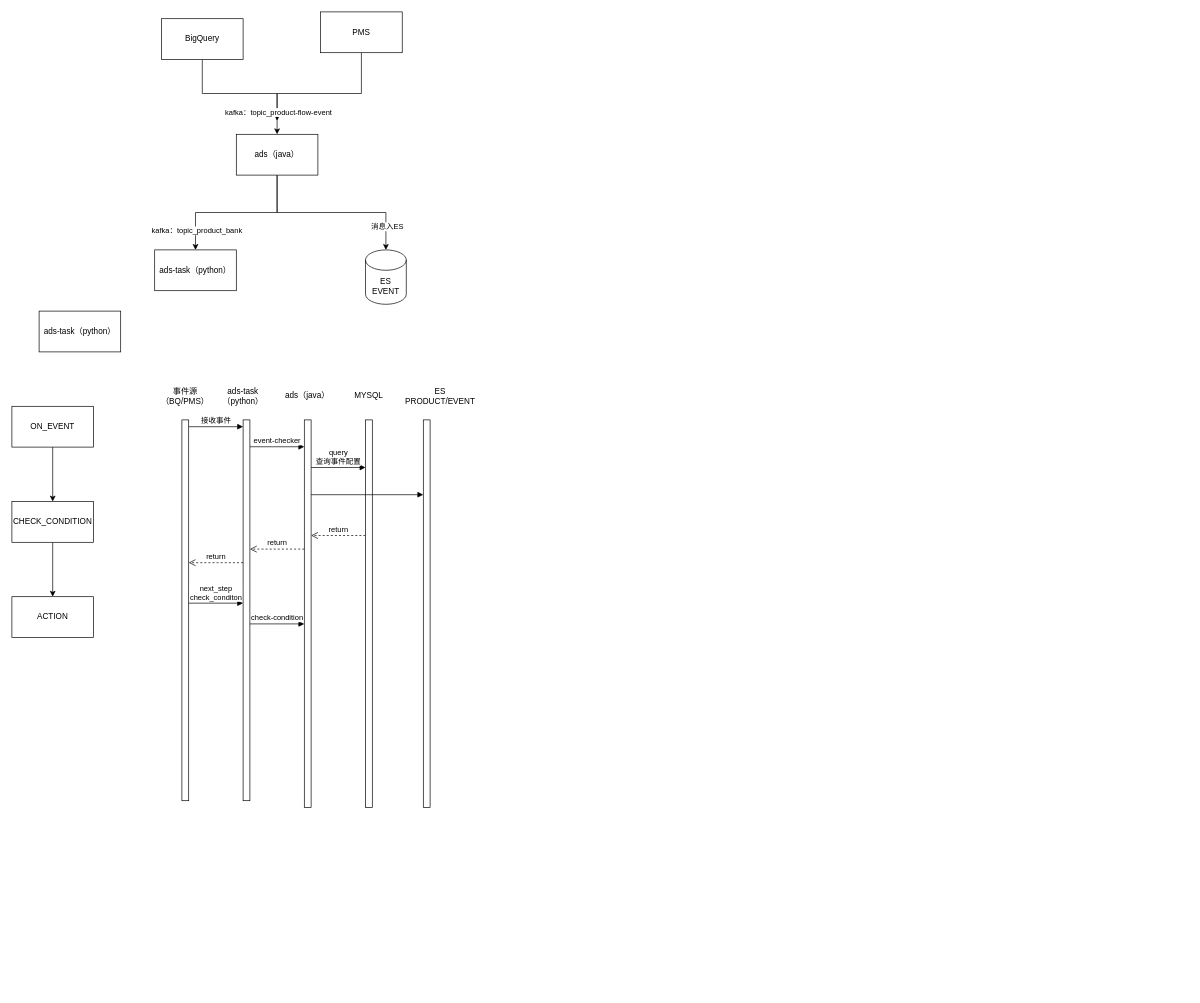
lianzhongfei/PicGO keeps this draw.io diagram as flowV2.drawio. Above is the earlier version. Source tidied: cells renumbered, new cells numbered last; positions are measured from the earlier drawing's top-left corner, leaving out a move shared by most shapes. Both pictures are drawn from the tidied source at 68%, with x=0, y=0 at pixel (12, 12).
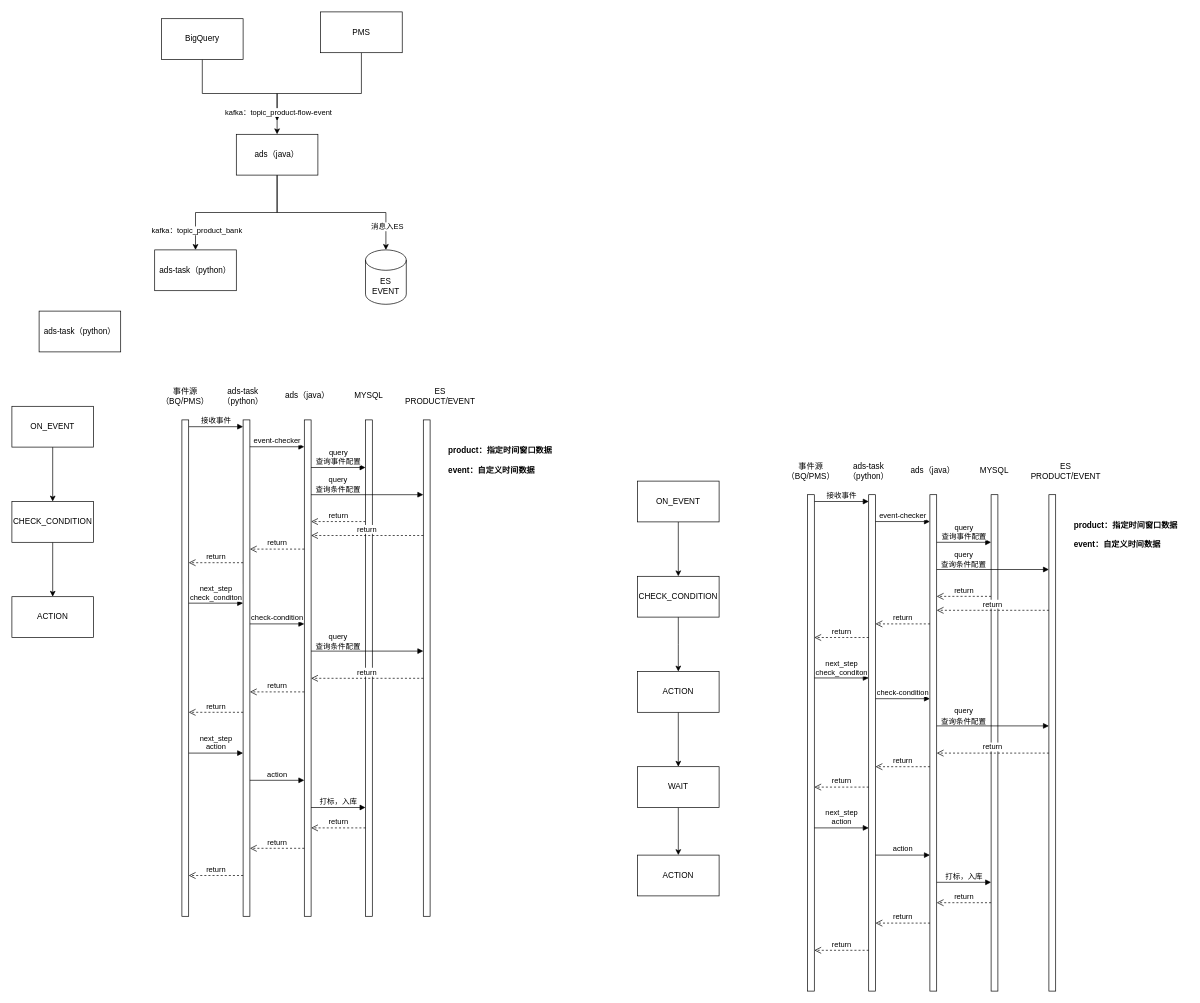
The same page after the edit.

The edit, as a diff of the source:
```diff
@@
     <mxCell id="15" style="html=1;points=[[0,0,0,0,5],[0,1,0,0,-5],[1,0,0,0,5],[1,1,0,0,-5]];perimeter=orthogonalPerimeter;outlineConnect=0;targetShapes=umlLifeline;portConstraint=eastwest;newEdgeStyle={&quot;curved&quot;:0,&quot;rounded&quot;:0};" parent="1" vertex="1">
-      <mxGeometry x="340" y="600" width="10" height="560" as="geometry" />
+      <mxGeometry x="340" y="600" width="10" height="730" as="geometry" />
     </mxCell>
@@
     <mxCell id="18" value="return" style="html=1;verticalAlign=bottom;endArrow=open;dashed=1;endSize=8;curved=0;rounded=0;" parent="1" edge="1">
       <mxGeometry relative="1" as="geometry">
-        <mxPoint x="520" y="770" as="sourcePoint" />
-        <mxPoint x="440" y="770" as="targetPoint" />
+        <mxPoint x="520" y="749.5" as="sourcePoint" />
+        <mxPoint x="440" y="749.5" as="targetPoint" />
       </mxGeometry>
     </mxCell>
@@
     <mxCell id="20" style="html=1;points=[[0,0,0,0,5],[0,1,0,0,-5],[1,0,0,0,5],[1,1,0,0,-5]];perimeter=orthogonalPerimeter;outlineConnect=0;targetShapes=umlLifeline;portConstraint=eastwest;newEdgeStyle={&quot;curved&quot;:0,&quot;rounded&quot;:0};" parent="1" vertex="1">
-      <mxGeometry x="430" y="600" width="10" height="570" as="geometry" />
+      <mxGeometry x="430" y="600" width="10" height="730" as="geometry" />
     </mxCell>
@@
     <mxCell id="22" style="html=1;perimeter=orthogonalPerimeter;targetShapes=umlLifeline;newEdgeStyle={&quot;curved&quot;:0,&quot;rounded&quot;:0};" parent="1" vertex="1">
-      <mxGeometry x="520" y="600" width="10" height="570" as="geometry" />
+      <mxGeometry x="520" y="600" width="10" height="730" as="geometry" />
     </mxCell>
@@
     <mxCell id="24" style="html=1;perimeter=orthogonalPerimeter;targetShapes=umlLifeline;newEdgeStyle={&quot;curved&quot;:0,&quot;rounded&quot;:0};" parent="1" vertex="1">
-      <mxGeometry x="250" y="600" width="10" height="560" as="geometry" />
+      <mxGeometry x="250" y="600" width="10" height="730" as="geometry" />
     </mxCell>
@@
     <mxCell id="34" style="html=1;points=[[0,0,0,0,5],[0,1,0,0,-5],[1,0,0,0,5],[1,1,0,0,-5]];perimeter=orthogonalPerimeter;outlineConnect=0;targetShapes=umlLifeline;portConstraint=eastwest;newEdgeStyle={&quot;curved&quot;:0,&quot;rounded&quot;:0};" parent="1" vertex="1">
-      <mxGeometry x="605" y="600" width="10" height="570" as="geometry" />
+      <mxGeometry x="605" y="600" width="10" height="730" as="geometry" />
     </mxCell>
@@
+    <mxCell id="39" value="&lt;h1 style=&quot;margin-top: 0px;&quot;&gt;&lt;font style=&quot;font-size: 12px;&quot;&gt;product：指定时间窗口数据&lt;br&gt;event：自定义时间数据&lt;/font&gt;&lt;/h1&gt;" style="text;html=1;whiteSpace=wrap;overflow=hidden;rounded=0;" parent="1" vertex="1">
+      <mxGeometry x="640" y="620" width="170" height="80" as="geometry" />
+    </mxCell>
+    <mxCell id="40" value="&lt;span style=&quot;font-size: 11px; text-wrap-mode: nowrap; background-color: rgb(255, 255, 255);&quot;&gt;query&lt;/span&gt;&lt;br style=&quot;font-size: 11px; text-wrap-mode: nowrap;&quot;&gt;&lt;span style=&quot;font-size: 11px; text-wrap-mode: nowrap; background-color: rgb(255, 255, 255);&quot;&gt;查询条件配置&lt;/span&gt;" style="text;html=1;whiteSpace=wrap;strokeColor=none;fillColor=none;align=center;verticalAlign=middle;rounded=0;" parent="1" vertex="1">
+      <mxGeometry x="450" y="680" width="60" height="30" as="geometry" />
+    </mxCell>
+    <mxCell id="41" value="return" style="html=1;verticalAlign=bottom;endArrow=open;dashed=1;endSize=8;curved=0;rounded=0;" parent="1" edge="1" target="20">
+      <mxGeometry relative="1" as="geometry">
+        <mxPoint x="605" y="770" as="sourcePoint" />
+      </mxGeometry>
+    </mxCell>
+    <mxCell id="42" style="html=1;verticalAlign=bottom;endArrow=block;curved=0;rounded=0;" parent="1" edge="1">
+      <mxGeometry relative="1" as="geometry">
+        <mxPoint x="440" y="940" as="sourcePoint" />
+        <mxPoint x="605" y="940" as="targetPoint" />
+      </mxGeometry>
+    </mxCell>
+    <mxCell id="43" value="&lt;span style=&quot;font-size: 11px; text-wrap-mode: nowrap; background-color: rgb(255, 255, 255);&quot;&gt;query&lt;/span&gt;&lt;br style=&quot;font-size: 11px; text-wrap-mode: nowrap;&quot;&gt;&lt;span style=&quot;font-size: 11px; text-wrap-mode: nowrap; background-color: rgb(255, 255, 255);&quot;&gt;查询条件配置&lt;/span&gt;" style="text;html=1;whiteSpace=wrap;strokeColor=none;fillColor=none;align=center;verticalAlign=middle;rounded=0;" parent="1" vertex="1">
+      <mxGeometry x="450" y="910" width="60" height="30" as="geometry" />
+    </mxCell>
+    <mxCell id="44" value="return" style="html=1;verticalAlign=bottom;endArrow=open;dashed=1;endSize=8;curved=0;rounded=0;" parent="1" edge="1">
+      <mxGeometry relative="1" as="geometry">
+        <mxPoint x="605" y="980" as="sourcePoint" />
+        <mxPoint x="440" y="980" as="targetPoint" />
+      </mxGeometry>
+    </mxCell>
+    <mxCell id="45" value="return" style="html=1;verticalAlign=bottom;endArrow=open;dashed=1;endSize=8;curved=0;rounded=0;" parent="1" edge="1">
+      <mxGeometry relative="1" as="geometry">
+        <mxPoint x="430" y="1000" as="sourcePoint" />
+        <mxPoint x="350" y="1000" as="targetPoint" />
+      </mxGeometry>
+    </mxCell>
+    <mxCell id="46" value="return" style="html=1;verticalAlign=bottom;endArrow=open;dashed=1;endSize=8;curved=0;rounded=0;" parent="1" edge="1">
+      <mxGeometry relative="1" as="geometry">
+        <mxPoint x="340" y="1030" as="sourcePoint" />
+        <mxPoint x="260" y="1030" as="targetPoint" />
+      </mxGeometry>
+    </mxCell>
+    <mxCell id="47" value="next_step&lt;br&gt;action" style="html=1;verticalAlign=bottom;endArrow=block;curved=0;rounded=0;" parent="1" edge="1">
+      <mxGeometry relative="1" as="geometry">
+        <mxPoint x="260" y="1090" as="sourcePoint" />
+        <mxPoint x="340" y="1090" as="targetPoint" />
+      </mxGeometry>
+    </mxCell>
+    <mxCell id="48" value="action" style="html=1;verticalAlign=bottom;endArrow=block;curved=0;rounded=0;" parent="1" edge="1">
+      <mxGeometry relative="1" as="geometry">
+        <mxPoint x="350" y="1130" as="sourcePoint" />
+        <mxPoint x="430" y="1130" as="targetPoint" />
+      </mxGeometry>
+    </mxCell>
+    <mxCell id="49" value="打标，入库" style="html=1;verticalAlign=bottom;endArrow=block;curved=0;rounded=0;" parent="1" edge="1">
+      <mxGeometry relative="1" as="geometry">
+        <mxPoint x="440" y="1170" as="sourcePoint" />
+        <mxPoint x="520" y="1170" as="targetPoint" />
+      </mxGeometry>
+    </mxCell>
+    <mxCell id="50" value="return" style="html=1;verticalAlign=bottom;endArrow=open;dashed=1;endSize=8;curved=0;rounded=0;" parent="1" edge="1">
+      <mxGeometry relative="1" as="geometry">
+        <mxPoint x="520" y="1200" as="sourcePoint" />
+        <mxPoint x="440" y="1200" as="targetPoint" />
+      </mxGeometry>
+    </mxCell>
+    <mxCell id="51" value="return" style="html=1;verticalAlign=bottom;endArrow=open;dashed=1;endSize=8;curved=0;rounded=0;" parent="1" edge="1">
+      <mxGeometry relative="1" as="geometry">
+        <mxPoint x="430" y="1230" as="sourcePoint" />
+        <mxPoint x="350" y="1230" as="targetPoint" />
+      </mxGeometry>
+    </mxCell>
+    <mxCell id="52" value="return" style="html=1;verticalAlign=bottom;endArrow=open;dashed=1;endSize=8;curved=0;rounded=0;" parent="1" edge="1">
+      <mxGeometry relative="1" as="geometry">
+        <mxPoint x="340" y="1270" as="sourcePoint" />
+        <mxPoint x="260" y="1270" as="targetPoint" />
+      </mxGeometry>
+    </mxCell>
+    <mxCell id="53" style="html=1;points=[[0,0,0,0,5],[0,1,0,0,-5],[1,0,0,0,5],[1,1,0,0,-5]];perimeter=orthogonalPerimeter;outlineConnect=0;targetShapes=umlLifeline;portConstraint=eastwest;newEdgeStyle={&quot;curved&quot;:0,&quot;rounded&quot;:0};" parent="1" vertex="1">
+      <mxGeometry x="1260" y="710" width="10" height="730" as="geometry" />
+    </mxCell>
+    <mxCell id="54" value="接收事件" style="html=1;verticalAlign=bottom;endArrow=block;curved=0;rounded=0;" parent="1" edge="1" target="53">
+      <mxGeometry relative="1" as="geometry">
+        <mxPoint x="1180" y="720" as="sourcePoint" />
+      </mxGeometry>
+    </mxCell>
+    <mxCell id="55" value="ads-task（python）" style="text;html=1;whiteSpace=wrap;strokeColor=none;fillColor=none;align=center;verticalAlign=middle;rounded=0;" parent="1" vertex="1">
+      <mxGeometry x="1230" y="660" width="60" height="30" as="geometry" />
+    </mxCell>
+    <mxCell id="56" value="return" style="html=1;verticalAlign=bottom;endArrow=open;dashed=1;endSize=8;curved=0;rounded=0;" parent="1" edge="1">
+      <mxGeometry relative="1" as="geometry">
+        <mxPoint x="1440" y="859.5" as="sourcePoint" />
+        <mxPoint x="1360" y="859.5" as="targetPoint" />
+      </mxGeometry>
+    </mxCell>
+    <mxCell id="57" value="event-checker" style="html=1;verticalAlign=bottom;endArrow=block;curved=0;rounded=0;" parent="1" edge="1">
+      <mxGeometry relative="1" as="geometry">
+        <mxPoint x="1270" y="749.5" as="sourcePoint" />
+        <mxPoint x="1350" y="749.5" as="targetPoint" />
+      </mxGeometry>
+    </mxCell>
+    <mxCell id="58" style="html=1;points=[[0,0,0,0,5],[0,1,0,0,-5],[1,0,0,0,5],[1,1,0,0,-5]];perimeter=orthogonalPerimeter;outlineConnect=0;targetShapes=umlLifeline;portConstraint=eastwest;newEdgeStyle={&quot;curved&quot;:0,&quot;rounded&quot;:0};" parent="1" vertex="1">
+      <mxGeometry x="1350" y="710" width="10" height="730" as="geometry" />
+    </mxCell>
+    <mxCell id="59" value="&lt;span style=&quot;text-align: center;&quot;&gt;ads（java）&lt;/span&gt;" style="text;whiteSpace=wrap;html=1;" parent="1" vertex="1">
+      <mxGeometry x="1320" y="660" width="80" height="30" as="geometry" />
+    </mxCell>
+    <mxCell id="60" style="html=1;perimeter=orthogonalPerimeter;targetShapes=umlLifeline;newEdgeStyle={&quot;curved&quot;:0,&quot;rounded&quot;:0};" parent="1" vertex="1">
+      <mxGeometry x="1440" y="710" width="10" height="730" as="geometry" />
+    </mxCell>
+    <mxCell id="61" value="query&lt;br&gt;查询事件配置" style="html=1;verticalAlign=bottom;endArrow=block;curved=0;rounded=0;" parent="1" edge="1">
+      <mxGeometry relative="1" as="geometry">
+        <mxPoint x="1360" y="780" as="sourcePoint" />
+        <mxPoint x="1440" y="780" as="targetPoint" />
+      </mxGeometry>
+    </mxCell>
+    <mxCell id="62" style="html=1;perimeter=orthogonalPerimeter;targetShapes=umlLifeline;newEdgeStyle={&quot;curved&quot;:0,&quot;rounded&quot;:0};" parent="1" vertex="1">
+      <mxGeometry x="1170" y="710" width="10" height="730" as="geometry" />
+    </mxCell>
+    <mxCell id="63" value="事件源（BQ/PMS）" style="text;html=1;whiteSpace=wrap;strokeColor=none;fillColor=none;align=center;verticalAlign=middle;rounded=0;" parent="1" vertex="1">
+      <mxGeometry x="1145" y="660" width="60" height="30" as="geometry" />
+    </mxCell>
+    <mxCell id="64" value="MYSQL" style="text;html=1;whiteSpace=wrap;strokeColor=none;fillColor=none;align=center;verticalAlign=middle;rounded=0;" parent="1" vertex="1">
+      <mxGeometry x="1415" y="660" width="60" height="30" as="geometry" />
+    </mxCell>
+    <mxCell id="65" value="return" style="html=1;verticalAlign=bottom;endArrow=open;dashed=1;endSize=8;curved=0;rounded=0;" parent="1" edge="1">
+      <mxGeometry relative="1" as="geometry">
+        <mxPoint x="1350" y="900" as="sourcePoint" />
+        <mxPoint x="1270" y="900" as="targetPoint" />
+      </mxGeometry>
+    </mxCell>
+    <mxCell id="66" value="return" style="html=1;verticalAlign=bottom;endArrow=open;dashed=1;endSize=8;curved=0;rounded=0;" parent="1" edge="1">
+      <mxGeometry relative="1" as="geometry">
+        <mxPoint x="1260" y="920" as="sourcePoint" />
+        <mxPoint x="1180" y="920" as="targetPoint" />
+      </mxGeometry>
+    </mxCell>
+    <mxCell id="67" style="edgeStyle=orthogonalEdgeStyle;rounded=0;jettySize=auto;html=1;" parent="1" edge="1" source="68" target="70">
+      <mxGeometry relative="1" as="geometry" />
+    </mxCell>
+    <mxCell id="68" value="ON_EVENT" style="rounded=0;whiteSpace=wrap;html=1;" parent="1" vertex="1">
+      <mxGeometry x="920" y="690" width="120" height="60" as="geometry" />
+    </mxCell>
+    <mxCell id="69" style="edgeStyle=orthogonalEdgeStyle;rounded=0;jettySize=auto;html=1;" parent="1" edge="1" source="70">
+      <mxGeometry relative="1" as="geometry">
+        <mxPoint x="980" y="970" as="targetPoint" />
+      </mxGeometry>
+    </mxCell>
+    <mxCell id="70" value="CHECK_CONDITION" style="rounded=0;whiteSpace=wrap;html=1;" parent="1" vertex="1">
+      <mxGeometry x="920" y="830" width="120" height="60" as="geometry" />
+    </mxCell>
+    <mxCell id="71" style="html=1;points=[[0,0,0,0,5],[0,1,0,0,-5],[1,0,0,0,5],[1,1,0,0,-5]];perimeter=orthogonalPerimeter;outlineConnect=0;targetShapes=umlLifeline;portConstraint=eastwest;newEdgeStyle={&quot;curved&quot;:0,&quot;rounded&quot;:0};" parent="1" vertex="1">
+      <mxGeometry x="1525" y="710" width="10" height="730" as="geometry" />
+    </mxCell>
+    <mxCell id="72" value="ES&lt;br&gt;PRODUCT/EVENT" style="text;html=1;whiteSpace=wrap;strokeColor=none;fillColor=none;align=center;verticalAlign=middle;rounded=0;" parent="1" vertex="1">
+      <mxGeometry x="1480" y="660" width="140" height="30" as="geometry" />
+    </mxCell>
+    <mxCell id="73" value="next_step&lt;br&gt;check_conditon" style="html=1;verticalAlign=bottom;endArrow=block;curved=0;rounded=0;" parent="1" edge="1">
+      <mxGeometry relative="1" as="geometry">
+        <mxPoint x="1180" y="979.5" as="sourcePoint" />
+        <mxPoint x="1260" y="979.5" as="targetPoint" />
+      </mxGeometry>
+    </mxCell>
+    <mxCell id="74" value="check-condition" style="html=1;verticalAlign=bottom;endArrow=block;curved=0;rounded=0;" parent="1" edge="1">
+      <mxGeometry relative="1" as="geometry">
+        <mxPoint x="1270" y="1010" as="sourcePoint" />
+        <mxPoint x="1350" y="1010" as="targetPoint" />
+      </mxGeometry>
+    </mxCell>
+    <mxCell id="75" style="html=1;verticalAlign=bottom;endArrow=block;curved=0;rounded=0;" parent="1" edge="1" target="71">
+      <mxGeometry relative="1" as="geometry">
+        <mxPoint x="1360" y="820" as="sourcePoint" />
+      </mxGeometry>
+    </mxCell>
+    <mxCell id="76" value="&lt;h1 style=&quot;margin-top: 0px;&quot;&gt;&lt;font style=&quot;font-size: 12px;&quot;&gt;product：指定时间窗口数据&lt;br&gt;event：自定义时间数据&lt;/font&gt;&lt;/h1&gt;" style="text;html=1;whiteSpace=wrap;overflow=hidden;rounded=0;" parent="1" vertex="1">
+      <mxGeometry x="1560" y="730" width="170" height="80" as="geometry" />
+    </mxCell>
+    <mxCell id="77" value="&lt;span style=&quot;font-size: 11px; text-wrap-mode: nowrap; background-color: rgb(255, 255, 255);&quot;&gt;query&lt;/span&gt;&lt;br style=&quot;font-size: 11px; text-wrap-mode: nowrap;&quot;&gt;&lt;span style=&quot;font-size: 11px; text-wrap-mode: nowrap; background-color: rgb(255, 255, 255);&quot;&gt;查询条件配置&lt;/span&gt;" style="text;html=1;whiteSpace=wrap;strokeColor=none;fillColor=none;align=center;verticalAlign=middle;rounded=0;" parent="1" vertex="1">
+      <mxGeometry x="1370" y="790" width="60" height="30" as="geometry" />
+    </mxCell>
+    <mxCell id="78" value="return" style="html=1;verticalAlign=bottom;endArrow=open;dashed=1;endSize=8;curved=0;rounded=0;" parent="1" edge="1" target="58">
+      <mxGeometry relative="1" as="geometry">
+        <mxPoint x="1525" y="880" as="sourcePoint" />
+      </mxGeometry>
+    </mxCell>
+    <mxCell id="79" style="html=1;verticalAlign=bottom;endArrow=block;curved=0;rounded=0;" parent="1" edge="1">
+      <mxGeometry relative="1" as="geometry">
+        <mxPoint x="1360" y="1050" as="sourcePoint" />
+        <mxPoint x="1525" y="1050" as="targetPoint" />
+      </mxGeometry>
+    </mxCell>
+    <mxCell id="80" value="&lt;span style=&quot;font-size: 11px; text-wrap-mode: nowrap; background-color: rgb(255, 255, 255);&quot;&gt;query&lt;/span&gt;&lt;br style=&quot;font-size: 11px; text-wrap-mode: nowrap;&quot;&gt;&lt;span style=&quot;font-size: 11px; text-wrap-mode: nowrap; background-color: rgb(255, 255, 255);&quot;&gt;查询条件配置&lt;/span&gt;" style="text;html=1;whiteSpace=wrap;strokeColor=none;fillColor=none;align=center;verticalAlign=middle;rounded=0;" parent="1" vertex="1">
+      <mxGeometry x="1370" y="1020" width="60" height="30" as="geometry" />
+    </mxCell>
+    <mxCell id="81" value="return" style="html=1;verticalAlign=bottom;endArrow=open;dashed=1;endSize=8;curved=0;rounded=0;" parent="1" edge="1">
+      <mxGeometry relative="1" as="geometry">
+        <mxPoint x="1525" y="1090" as="sourcePoint" />
+        <mxPoint x="1360" y="1090" as="targetPoint" />
+      </mxGeometry>
+    </mxCell>
+    <mxCell id="82" value="return" style="html=1;verticalAlign=bottom;endArrow=open;dashed=1;endSize=8;curved=0;rounded=0;" parent="1" edge="1">
+      <mxGeometry relative="1" as="geometry">
+        <mxPoint x="1350" y="1110" as="sourcePoint" />
+        <mxPoint x="1270" y="1110" as="targetPoint" />
+      </mxGeometry>
+    </mxCell>
+    <mxCell id="83" value="return" style="html=1;verticalAlign=bottom;endArrow=open;dashed=1;endSize=8;curved=0;rounded=0;" parent="1" edge="1">
+      <mxGeometry relative="1" as="geometry">
+        <mxPoint x="1260" y="1140" as="sourcePoint" />
+        <mxPoint x="1180" y="1140" as="targetPoint" />
+      </mxGeometry>
+    </mxCell>
+    <mxCell id="84" value="next_step&lt;br&gt;action" style="html=1;verticalAlign=bottom;endArrow=block;curved=0;rounded=0;" parent="1" edge="1">
+      <mxGeometry relative="1" as="geometry">
+        <mxPoint x="1180" y="1200" as="sourcePoint" />
+        <mxPoint x="1260" y="1200" as="targetPoint" />
+      </mxGeometry>
+    </mxCell>
+    <mxCell id="85" value="action" style="html=1;verticalAlign=bottom;endArrow=block;curved=0;rounded=0;" parent="1" edge="1">
+      <mxGeometry relative="1" as="geometry">
+        <mxPoint x="1270" y="1240" as="sourcePoint" />
+        <mxPoint x="1350" y="1240" as="targetPoint" />
+      </mxGeometry>
+    </mxCell>
+    <mxCell id="86" value="打标，入库" style="html=1;verticalAlign=bottom;endArrow=block;curved=0;rounded=0;" parent="1" edge="1">
+      <mxGeometry relative="1" as="geometry">
+        <mxPoint x="1360" y="1280" as="sourcePoint" />
+        <mxPoint x="1440" y="1280" as="targetPoint" />
+      </mxGeometry>
+    </mxCell>
+    <mxCell id="87" value="return" style="html=1;verticalAlign=bottom;endArrow=open;dashed=1;endSize=8;curved=0;rounded=0;" parent="1" edge="1">
+      <mxGeometry relative="1" as="geometry">
+        <mxPoint x="1440" y="1310" as="sourcePoint" />
+        <mxPoint x="1360" y="1310" as="targetPoint" />
+      </mxGeometry>
+    </mxCell>
+    <mxCell id="88" value="return" style="html=1;verticalAlign=bottom;endArrow=open;dashed=1;endSize=8;curved=0;rounded=0;" parent="1" edge="1">
+      <mxGeometry relative="1" as="geometry">
+        <mxPoint x="1350" y="1340" as="sourcePoint" />
+        <mxPoint x="1270" y="1340" as="targetPoint" />
+      </mxGeometry>
+    </mxCell>
+    <mxCell id="89" value="return" style="html=1;verticalAlign=bottom;endArrow=open;dashed=1;endSize=8;curved=0;rounded=0;" parent="1" edge="1">
+      <mxGeometry relative="1" as="geometry">
+        <mxPoint x="1260" y="1380" as="sourcePoint" />
+        <mxPoint x="1180" y="1380" as="targetPoint" />
+      </mxGeometry>
+    </mxCell>
+    <mxCell id="90" style="edgeStyle=orthogonalEdgeStyle;rounded=0;jettySize=auto;html=1;" parent="1" edge="1" source="91" target="94">
+      <mxGeometry relative="1" as="geometry" />
+    </mxCell>
+    <mxCell id="91" value="ACTION" style="whiteSpace=wrap;html=1;rounded=0;" parent="1" vertex="1">
+      <mxGeometry x="920" y="970" width="120" height="60" as="geometry" />
+    </mxCell>
+    <mxCell id="92" value="ACTION" style="whiteSpace=wrap;html=1;rounded=0;" parent="1" vertex="1">
+      <mxGeometry x="920" y="1240" width="120" height="60" as="geometry" />
+    </mxCell>
+    <mxCell id="93" style="edgeStyle=orthogonalEdgeStyle;rounded=0;jettySize=auto;html=1;" parent="1" edge="1" source="94" target="92">
+      <mxGeometry relative="1" as="geometry" />
+    </mxCell>
+    <mxCell id="94" value="WAIT" style="whiteSpace=wrap;html=1;rounded=0;" parent="1" vertex="1">
+      <mxGeometry x="920" y="1110" width="120" height="60" as="geometry" />
+    </mxCell>
```
